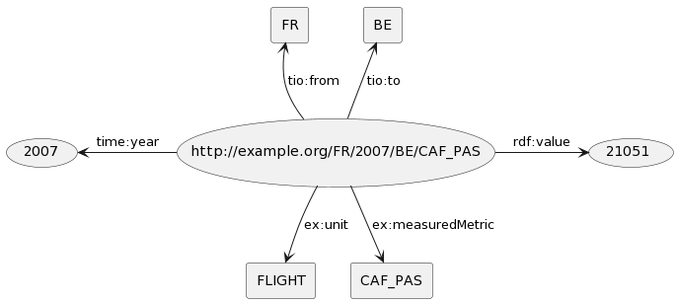
The PlantUML diagram dataset_diagram_exemple.png in QGdev/M1S1-SemanticProject, before a commit. Source of this version:
```plantuml
@startuml
skinparam componentStyle rectangle

circle (http://example.org/FR/2007/BE/CAF_PAS)


[FR] <-- (http://example.org/FR/2007/BE/CAF_PAS) : "tio:from"
[BE] <-- (http://example.org/FR/2007/BE/CAF_PAS) : "tio:to"
(2007) <- (http://example.org/FR/2007/BE/CAF_PAS) : "time:year"
(http://example.org/FR/2007/BE/CAF_PAS) -> (21051) : "rdf:value"
(http://example.org/FR/2007/BE/CAF_PAS) -d-> [FLIGHT] : "ex:unit"
(http://example.org/FR/2007/BE/CAF_PAS) -d->[CAF_PAS] : "ex:measuredMetric"
@enduml
```
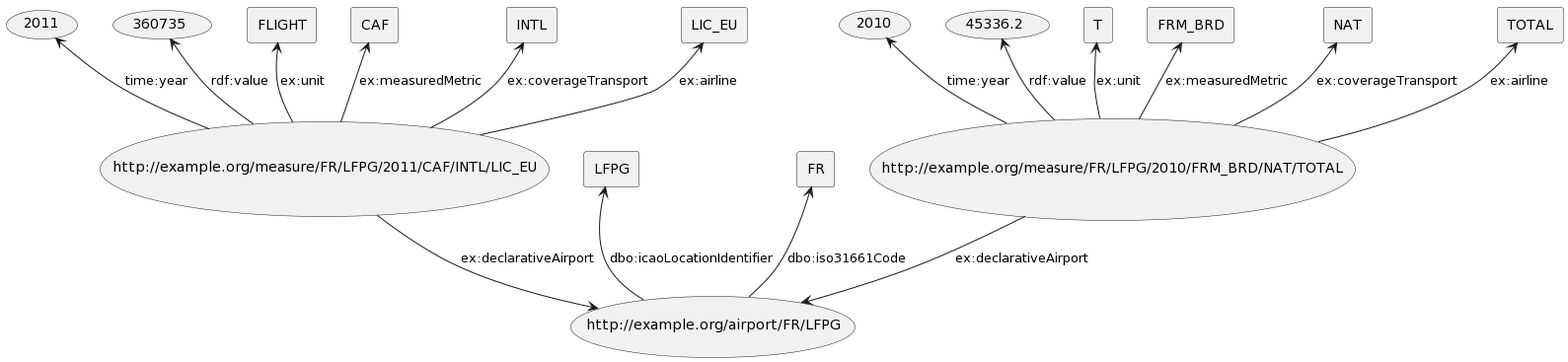
After the commit.

Commit message:
Updating dataset schematics

Diff of the diagram source:
```diff
@@ -1,13 +1,30 @@
 @startuml
 skinparam componentStyle rectangle
 
-circle (http://example.org/FR/2007/BE/CAF_PAS)
+circle (http://example.org/airport/FR/LFPG)
+
+[LFPG] <-- (http://example.org/airport/FR/LFPG) : "dbo:icaoLocationIdentifier"
+[FR] <-- (http://example.org/airport/FR/LFPG) : "dbo:iso31661Code"
+
+circle (http://example.org/measure/FR/LFPG/2011/CAF/INTL/LIC_EU)
+
+(2011) <-- (http://example.org/measure/FR/LFPG/2011/CAF/INTL/LIC_EU) : "time:year"
+(360735) <-- (http://example.org/measure/FR/LFPG/2011/CAF/INTL/LIC_EU) : "rdf:value"
+[FLIGHT] <-- (http://example.org/measure/FR/LFPG/2011/CAF/INTL/LIC_EU) : "ex:unit"
+[CAF] <-- (http://example.org/measure/FR/LFPG/2011/CAF/INTL/LIC_EU) : "ex:measuredMetric"
+[INTL] <-- (http://example.org/measure/FR/LFPG/2011/CAF/INTL/LIC_EU) : "ex:coverageTransport"
+[LIC_EU] <-- (http://example.org/measure/FR/LFPG/2011/CAF/INTL/LIC_EU) : "ex:airline"
+
+circle (http://example.org/measure/FR/LFPG/2010/FRM_BRD/NAT/TOTAL)
+
+(2010) <-- (http://example.org/measure/FR/LFPG/2010/FRM_BRD/NAT/TOTAL) : "time:year"
+(45336.2) <-d- (http://example.org/measure/FR/LFPG/2010/FRM_BRD/NAT/TOTAL) : "rdf:value"
+[T] <-- (http://example.org/measure/FR/LFPG/2010/FRM_BRD/NAT/TOTAL) : "ex:unit"
+[FRM_BRD] <-- (http://example.org/measure/FR/LFPG/2010/FRM_BRD/NAT/TOTAL) : "ex:measuredMetric"
+[NAT] <-- (http://example.org/measure/FR/LFPG/2010/FRM_BRD/NAT/TOTAL) : "ex:coverageTransport"
+[TOTAL] <-- (http://example.org/measure/FR/LFPG/2010/FRM_BRD/NAT/TOTAL) : "ex:airline"
 
 
-[FR] <-- (http://example.org/FR/2007/BE/CAF_PAS) : "tio:from"
-[BE] <-- (http://example.org/FR/2007/BE/CAF_PAS) : "tio:to"
-(2007) <- (http://example.org/FR/2007/BE/CAF_PAS) : "time:year"
-(http://example.org/FR/2007/BE/CAF_PAS) -> (21051) : "rdf:value"
-(http://example.org/FR/2007/BE/CAF_PAS) -d-> [FLIGHT] : "ex:unit"
-(http://example.org/FR/2007/BE/CAF_PAS) -d->[CAF_PAS] : "ex:measuredMetric"
+(http://example.org/airport/FR/LFPG) <-up- (http://example.org/measure/FR/LFPG/2011/CAF/INTL/LIC_EU) : "ex:declarativeAirport"
+(http://example.org/airport/FR/LFPG) <-up- (http://example.org/measure/FR/LFPG/2010/FRM_BRD/NAT/TOTAL) : "ex:declarativeAirport"
 @enduml
```
